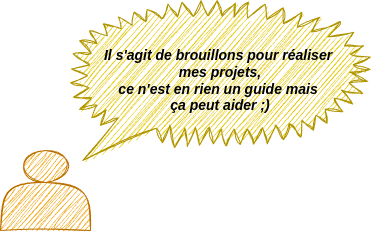
Above: push swap.png in agraille/push_swap (draw.io), before the change. Source tidied: cells renumbered, new cells last; positions are measured from the earlier drawing's top-left corner, leaving out a move shared by most shapes. The source it was exported from:
```xml
<mxGraphModel>
  <root>
    <mxCell id="0" />
    <mxCell id="1" parent="0" />
    <mxCell id="2" value="Il s'agit de brouillons pour réaliser&amp;nbsp;&lt;div&gt;mes projets,&lt;/div&gt;&lt;div&gt;ce n'est en rien un guide mais&amp;nbsp;&lt;/div&gt;&lt;div&gt;ça peut&amp;nbsp;&lt;span style=&quot;background-color: initial;&quot;&gt;aider ;)&lt;/span&gt;&lt;/div&gt;" style="whiteSpace=wrap;html=1;shape=mxgraph.basic.loud_callout;fontStyle=3;fillStyle=auto;sketch=1;curveFitting=1;jiggle=2;fillColor=#e3c800;fontColor=#000000;strokeColor=#B09500;fontSize=14;" parent="1" vertex="1">
      <mxGeometry x="70" width="300" height="160" as="geometry" />
    </mxCell>
    <mxCell id="3" style="shape=actor;whiteSpace=wrap;html=1;fillColor=#f0a30a;fontColor=#000000;strokeColor=#BD7000;sketch=1;curveFitting=1;jiggle=2;" parent="1" vertex="1">
      <mxGeometry y="150" width="90" height="80" as="geometry" />
    </mxCell>
  </root>
</mxGraphModel>
```
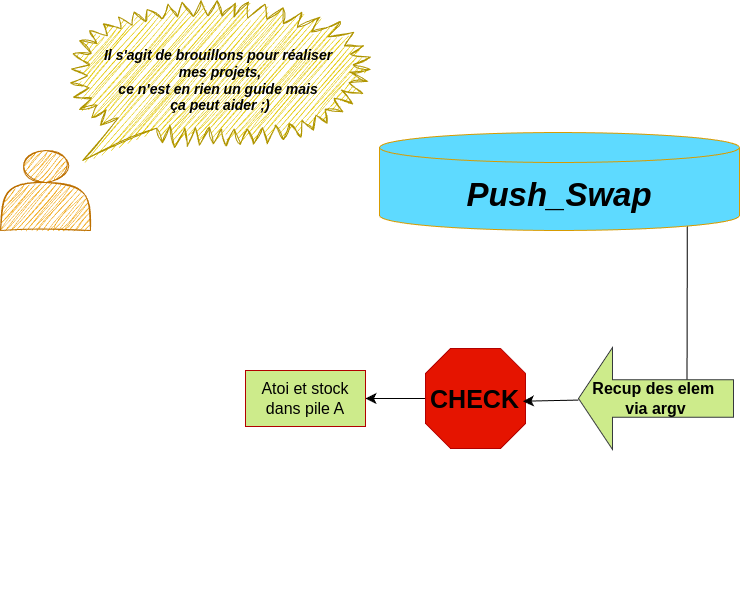
After the change.

Commit message:
Mettre à jour push swap.png

Change to the diagram source:
```diff
@@ -8,5 +8,35 @@
     <mxCell id="3" style="shape=actor;whiteSpace=wrap;html=1;fillColor=#f0a30a;fontColor=#000000;strokeColor=#BD7000;sketch=1;curveFitting=1;jiggle=2;" parent="1" vertex="1">
       <mxGeometry y="150" width="90" height="80" as="geometry" />
     </mxCell>
+    <mxCell id="4" style="edgeStyle=none;curved=1;rounded=0;jettySize=auto;html=1;fontSize=12;startSize=8;endSize=8;exitX=0.855;exitY=1;exitDx=0;exitDy=-4.35;exitPerimeter=0;entryX=0;entryY=0;entryDx=46.5;entryDy=55.3;entryPerimeter=0;" parent="1" edge="1" source="5" target="6">
+      <mxGeometry relative="1" as="geometry" />
+    </mxCell>
+    <mxCell id="5" value="Push_Swap" style="shape=cylinder3;whiteSpace=wrap;html=1;boundedLbl=1;backgroundOutline=1;size=15;fontStyle=3;fontSize=33;align=center;verticalAlign=middle;fillColor=#5EDAFF;strokeColor=#d79b00;" parent="1" vertex="1">
+      <mxGeometry x="379" y="132" width="360" height="98" as="geometry" />
+    </mxCell>
+    <mxCell id="6" value="&lt;font&gt;Recup des elem&amp;nbsp;&lt;/font&gt;&lt;div&gt;&lt;font&gt;via argv&lt;/font&gt;&lt;/div&gt;" style="shape=singleArrow;whiteSpace=wrap;html=1;arrowWidth=0.3670886075949367;arrowSize=0.21935483870967742;fontSize=16;fontStyle=1;direction=west;fillColor=#cdeb8b;strokeColor=#36393d;" parent="1" vertex="1">
+      <mxGeometry x="578" y="347" width="155" height="102" as="geometry" />
+    </mxCell>
+    <mxCell id="7" style="edgeStyle=none;curved=1;rounded=0;jettySize=auto;html=1;fontSize=12;startSize=8;endSize=8;" parent="1" edge="1" source="8" target="12">
+      <mxGeometry relative="1" as="geometry" />
+    </mxCell>
+    <mxCell id="8" style="verticalLabelPosition=bottom;verticalAlign=middle;html=1;shape=mxgraph.basic.polygon;polyCoords=[[0.25,0],[0.75,0],[1,0.25],[1,0.75],[0.75,1],[0.25,1],[0,0.75],[0,0.25]];polyline=0;fillColor=#e51400;strokeColor=#B20000;fontColor=#ffffff;" parent="1" vertex="1">
+      <mxGeometry x="425" y="348" width="100" height="100" as="geometry" />
+    </mxCell>
+    <mxCell id="9" value="CHECK" style="text;strokeColor=none;fillColor=none;html=1;align=center;verticalAlign=middle;whiteSpace=wrap;rounded=0;fontSize=25;fontStyle=1;" parent="1" vertex="1">
+      <mxGeometry x="438.5" y="376.5" width="73" height="43" as="geometry" />
+    </mxCell>
+    <mxCell id="10" style="edgeStyle=none;curved=1;rounded=0;orthogonalLoop=1;jettySize=auto;html=1;exitX=0.5;exitY=1;exitDx=0;exitDy=0;fontSize=12;startSize=8;endSize=8;" parent="1" edge="1">
+      <mxGeometry relative="1" as="geometry">
+        <mxPoint x="485" y="586" as="sourcePoint" />
+        <mxPoint x="485" y="586" as="targetPoint" />
+      </mxGeometry>
+    </mxCell>
+    <mxCell id="11" style="edgeStyle=none;curved=1;rounded=0;jettySize=auto;html=1;entryX=0.974;entryY=0.527;entryDx=0;entryDy=0;entryPerimeter=0;fontSize=12;startSize=8;endSize=8;" parent="1" edge="1" source="6" target="8">
+      <mxGeometry relative="1" as="geometry" />
+    </mxCell>
+    <mxCell id="12" value="Atoi et stock dans pile A" style="whiteSpace=wrap;html=1;fillColor=#cdeb8b;strokeColor=#B20000;fontColor=#000000;fontSize=16;" parent="1" vertex="1">
+      <mxGeometry x="245" y="370" width="120" height="56" as="geometry" />
+    </mxCell>
   </root>
 </mxGraphModel>
```
